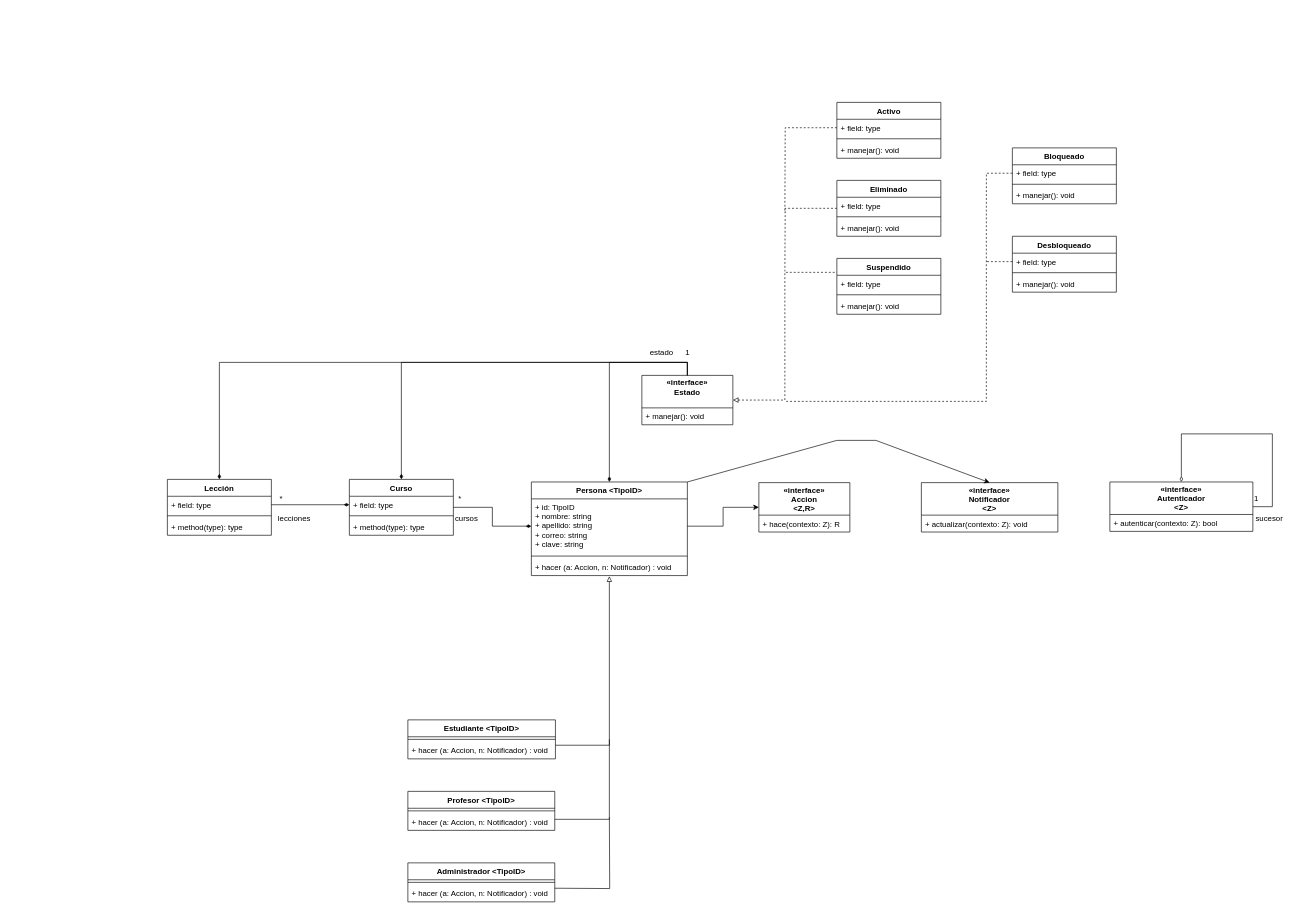
Above: Propuesta1ProyectoDesarrollo.drawio in ernestod10/Diagramas (draw.io), before the change. Source tidied: cells renumbered, new cells numbered last; positions are measured from the earlier drawing's top-left corner, leaving out a move shared by most shapes. Both pictures are drawn from the tidied source at 65%, with x=0, y=0 at pixel (167, 102).
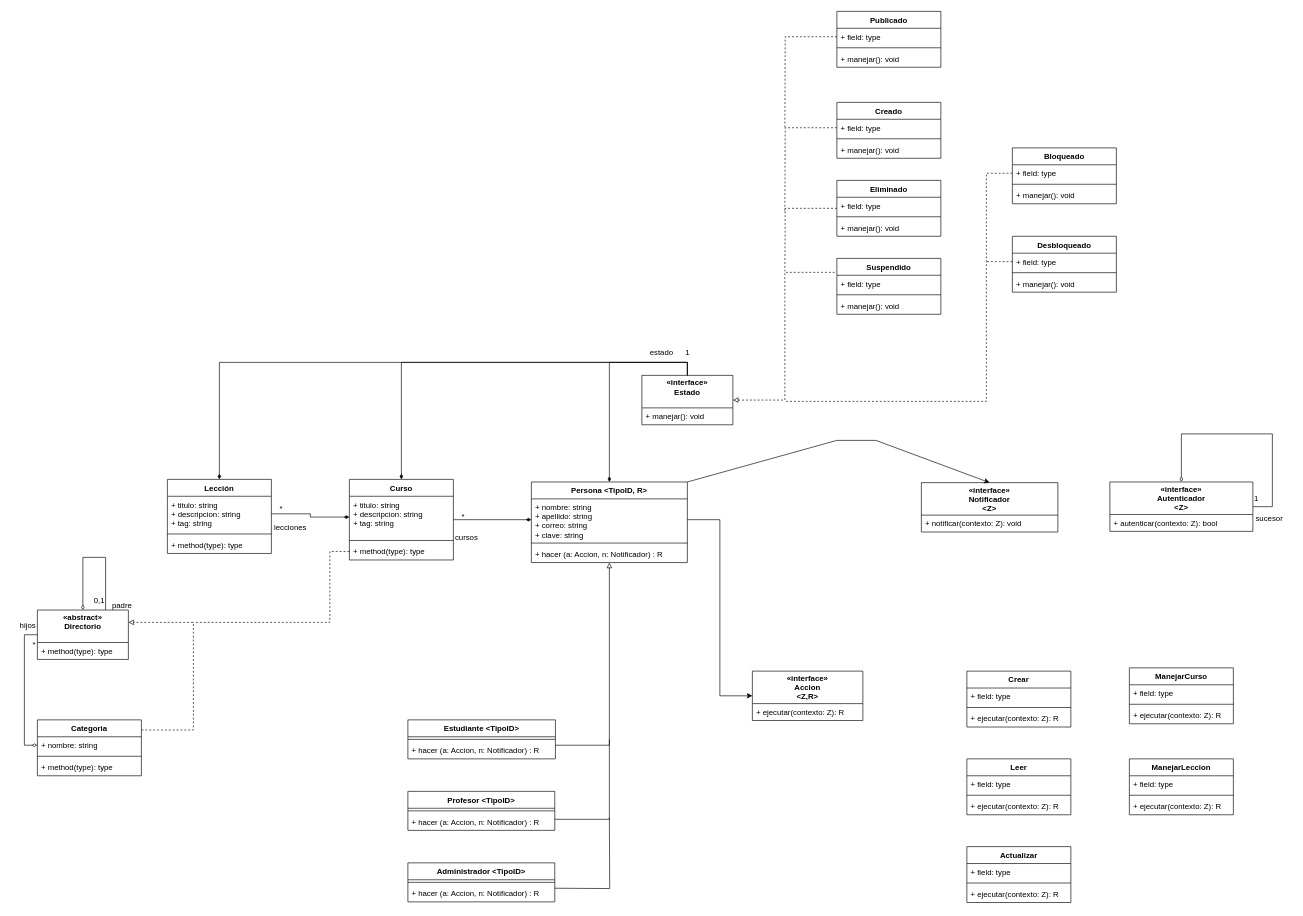
After the change.

Unchanged cells that the change refers to:
```xml
<mxCell id="7" value="Estudiante &lt;TipoID&gt;" style="swimlane;fontStyle=1;align=center;verticalAlign=top;horizontal=1;startSize=26;" parent="1" vertex="1">
  <mxGeometry x="370" y="950" width="227" height="60" as="geometry" />
</mxCell>
<mxCell id="11" value="Profesor &lt;TipoID&gt;" style="swimlane;fontStyle=1;align=center;verticalAlign=top;horizontal=1;startSize=26;" parent="1" vertex="1">
  <mxGeometry x="370" y="1060" width="226" height="60" as="geometry" />
</mxCell>
<mxCell id="14" value="Administrador &lt;TipoID&gt;" style="swimlane;fontStyle=1;align=center;verticalAlign=top;horizontal=1;startSize=26;" parent="1" vertex="1">
  <mxGeometry x="370" y="1170" width="226" height="60" as="geometry" />
</mxCell>
<mxCell id="42" value="«interface»&#10;Notificador&#10;&lt;Z&gt;" style="swimlane;fontStyle=1;horizontal=1;startSize=50;fillColor=none;" parent="1" vertex="1">
  <mxGeometry x="1160" y="585" width="210" height="76" as="geometry" />
</mxCell>
```

Change to the diagram source:
```diff
@@
-    <mxCell id="3" value="Persona &lt;TipoID&gt;" style="swimlane;fontStyle=1;align=center;verticalAlign=top;horizontal=1;startSize=26;" parent="1" vertex="1">
-      <mxGeometry x="560" y="584" width="240" height="144" as="geometry" />
+    <mxCell id="3" value="Persona &lt;TipoID, R&gt;" style="swimlane;fontStyle=1;align=center;verticalAlign=top;horizontal=1;startSize=26;" parent="1" vertex="1">
+      <mxGeometry x="560" y="584" width="240" height="124" as="geometry" />
     </mxCell>
-    <mxCell id="4" value="+ id: TipoID&#10;+ nombre: string&#10;+ apellido: string&#10;+ correo: string&#10;+ clave: string&#10;" style="text;strokeColor=none;fillColor=none;align=left;verticalAlign=top;spacingLeft=4;spacingRight=4;overflow=hidden;points=[[0,0.5],[1,0.5]];portConstraint=eastwest;" parent="3" vertex="1">
-      <mxGeometry y="26" width="240" height="84" as="geometry" />
+    <mxCell id="4" value="+ nombre: string&#10;+ apellido: string&#10;+ correo: string&#10;+ clave: string&#10;" style="text;strokeColor=none;fillColor=none;align=left;verticalAlign=top;spacingLeft=4;spacingRight=4;overflow=hidden;points=[[0,0.5],[1,0.5]];portConstraint=eastwest;" parent="3" vertex="1">
+      <mxGeometry y="26" width="240" height="64" as="geometry" />
     </mxCell>
     <mxCell id="5" style="line;strokeWidth=1;fillColor=none;align=left;verticalAlign=middle;spacingTop=-1;spacingLeft=3;spacingRight=3;labelPosition=right;strokeColor=inherit;" parent="3" vertex="1">
-      <mxGeometry y="110" width="240" height="8" as="geometry" />
+      <mxGeometry y="90" width="240" height="8" as="geometry" />
     </mxCell>
-    <mxCell id="6" value="+ hacer (a: Accion, n: Notificador) : void" style="text;strokeColor=none;fillColor=none;align=left;verticalAlign=top;spacingLeft=4;spacingRight=4;overflow=hidden;" parent="3" vertex="1">
-      <mxGeometry y="118" width="240" height="26" as="geometry" />
+    <mxCell id="6" value="+ hacer (a: Accion, n: Notificador) : R" style="text;strokeColor=none;fillColor=none;align=left;verticalAlign=top;spacingLeft=4;spacingRight=4;overflow=hidden;" parent="3" vertex="1">
+      <mxGeometry y="98" width="240" height="26" as="geometry" />
     </mxCell>
@@
-    <mxCell id="9" value="+ hacer (a: Accion, n: Notificador) : void" style="text;strokeColor=none;fillColor=none;align=left;verticalAlign=top;spacingLeft=4;spacingRight=4;overflow=hidden;" parent="7" vertex="1">
+    <mxCell id="9" value="+ hacer (a: Accion, n: Notificador) : R" style="text;strokeColor=none;fillColor=none;align=left;verticalAlign=top;spacingLeft=4;spacingRight=4;overflow=hidden;" parent="7" vertex="1">
       <mxGeometry y="34" width="227" height="26" as="geometry" />
     </mxCell>
@@
-    <mxCell id="13" value="+ hacer (a: Accion, n: Notificador) : void" style="text;strokeColor=none;fillColor=none;align=left;verticalAlign=top;spacingLeft=4;spacingRight=4;overflow=hidden;" parent="11" vertex="1">
+    <mxCell id="13" value="+ hacer (a: Accion, n: Notificador) : R" style="text;strokeColor=none;fillColor=none;align=left;verticalAlign=top;spacingLeft=4;spacingRight=4;overflow=hidden;" parent="11" vertex="1">
       <mxGeometry y="34" width="226" height="26" as="geometry" />
     </mxCell>
@@
-    <mxCell id="16" value="+ hacer (a: Accion, n: Notificador) : void" style="text;strokeColor=none;fillColor=none;align=left;verticalAlign=top;spacingLeft=4;spacingRight=4;overflow=hidden;" parent="14" vertex="1">
+    <mxCell id="16" value="+ hacer (a: Accion, n: Notificador) : R" style="text;strokeColor=none;fillColor=none;align=left;verticalAlign=top;spacingLeft=4;spacingRight=4;overflow=hidden;" parent="14" vertex="1">
       <mxGeometry y="34" width="226" height="26" as="geometry" />
     </mxCell>
@@
+    <mxCell id="75" style="edgeStyle=orthogonalEdgeStyle;rounded=0;orthogonalLoop=1;jettySize=auto;html=1;entryX=0.75;entryY=0;entryDx=0;entryDy=0;strokeColor=default;startArrow=diamondThin;startFill=0;endArrow=none;endFill=0;exitX=0.5;exitY=0;exitDx=0;exitDy=0;" parent="1" edge="1" source="93" target="93">
+      <mxGeometry relative="1" as="geometry">
+        <Array as="points">
+          <mxPoint x="-130" y="700" />
+          <mxPoint x="-95" y="700" />
+        </Array>
+      </mxGeometry>
+    </mxCell>
     <mxCell id="26" value="Curso" style="swimlane;fontStyle=1;align=center;verticalAlign=top;horizontal=1;startSize=26;" parent="1" vertex="1">
-      <mxGeometry x="280" y="580" width="160" height="86" as="geometry" />
+      <mxGeometry x="280" y="580" width="160" height="124" as="geometry" />
     </mxCell>
-    <mxCell id="27" value="+ field: type" style="text;strokeColor=none;fillColor=none;align=left;verticalAlign=top;spacingLeft=4;spacingRight=4;overflow=hidden;points=[[0,0.5],[1,0.5]];portConstraint=eastwest;" parent="26" vertex="1">
-      <mxGeometry y="26" width="160" height="26" as="geometry" />
+    <mxCell id="27" value="+ titulo: string&#10;+ descripcion: string&#10;+ tag: string&#10;" style="text;strokeColor=none;fillColor=none;align=left;verticalAlign=top;spacingLeft=4;spacingRight=4;overflow=hidden;points=[[0,0.5],[1,0.5]];portConstraint=eastwest;" parent="26" vertex="1">
+      <mxGeometry y="26" width="160" height="64" as="geometry" />
     </mxCell>
     <mxCell id="28" style="line;strokeWidth=1;fillColor=none;align=left;verticalAlign=middle;spacingTop=-1;spacingLeft=3;spacingRight=3;labelPosition=right;strokeColor=inherit;" parent="26" vertex="1">
-      <mxGeometry y="52" width="160" height="8" as="geometry" />
+      <mxGeometry y="90" width="160" height="8" as="geometry" />
     </mxCell>
     <mxCell id="29" value="+ method(type): type" style="text;strokeColor=none;fillColor=none;align=left;verticalAlign=top;spacingLeft=4;spacingRight=4;overflow=hidden;points=[[0,0.5],[1,0.5]];portConstraint=eastwest;" parent="26" vertex="1">
-      <mxGeometry y="60" width="160" height="26" as="geometry" />
+      <mxGeometry y="98" width="160" height="26" as="geometry" />
     </mxCell>
     <mxCell id="30" value="Lección" style="swimlane;fontStyle=1;align=center;verticalAlign=top;horizontal=1;startSize=26;" parent="1" vertex="1">
-      <mxGeometry y="580" width="160" height="86" as="geometry" />
+      <mxGeometry y="580" width="160" height="114" as="geometry" />
     </mxCell>
-    <mxCell id="31" value="+ field: type" style="text;strokeColor=none;fillColor=none;align=left;verticalAlign=top;spacingLeft=4;spacingRight=4;overflow=hidden;points=[[0,0.5],[1,0.5]];portConstraint=eastwest;" parent="30" vertex="1">
-      <mxGeometry y="26" width="160" height="26" as="geometry" />
+    <mxCell id="31" value="+ titulo: string&#10;+ descripcion: string&#10;+ tag: string&#10;&#10;&#10;" style="text;strokeColor=none;fillColor=none;align=left;verticalAlign=top;spacingLeft=4;spacingRight=4;overflow=hidden;points=[[0,0.5],[1,0.5]];portConstraint=eastwest;" parent="30" vertex="1">
+      <mxGeometry y="26" width="160" height="54" as="geometry" />
     </mxCell>
     <mxCell id="32" style="line;strokeWidth=1;fillColor=none;align=left;verticalAlign=middle;spacingTop=-1;spacingLeft=3;spacingRight=3;labelPosition=right;strokeColor=inherit;" parent="30" vertex="1">
-      <mxGeometry y="52" width="160" height="8" as="geometry" />
+      <mxGeometry y="80" width="160" height="8" as="geometry" />
     </mxCell>
     <mxCell id="33" value="+ method(type): type" style="text;strokeColor=none;fillColor=none;align=left;verticalAlign=top;spacingLeft=4;spacingRight=4;overflow=hidden;" parent="30" vertex="1">
-      <mxGeometry y="60" width="160" height="26" as="geometry" />
+      <mxGeometry y="88" width="160" height="26" as="geometry" />
     </mxCell>
@@
     <mxCell id="35" value="*" style="text;html=1;align=center;verticalAlign=middle;strokeColor=none;fillColor=none;" parent="1" vertex="1">
-      <mxGeometry x="160" y="595" width="30" height="30" as="geometry" />
+      <mxGeometry x="160" y="610" width="30" height="30" as="geometry" />
     </mxCell>
     <mxCell id="36" value="lecciones" style="text;html=1;align=center;verticalAlign=middle;strokeColor=none;fillColor=none;" parent="1" vertex="1">
-      <mxGeometry x="160" y="625" width="70" height="30" as="geometry" />
+      <mxGeometry x="154" y="640" width="70" height="30" as="geometry" />
     </mxCell>
     <mxCell id="37" value="*" style="text;html=1;align=center;verticalAlign=middle;strokeColor=none;fillColor=none;" parent="1" vertex="1">
-      <mxGeometry x="435" y="595" width="30" height="30" as="geometry" />
+      <mxGeometry x="440" y="622" width="30" height="30" as="geometry" />
     </mxCell>
     <mxCell id="38" value="cursos" style="text;html=1;align=center;verticalAlign=middle;strokeColor=none;fillColor=none;" parent="1" vertex="1">
-      <mxGeometry x="430" y="625" width="60" height="30" as="geometry" />
+      <mxGeometry x="430" y="655" width="60" height="30" as="geometry" />
     </mxCell>
     <mxCell id="39" value="«interface»&#10;Accion&#10;&lt;Z,R&gt;" style="swimlane;fontStyle=1;horizontal=1;startSize=50;fillColor=none;" parent="1" vertex="1">
-      <mxGeometry x="910" y="585" width="140" height="76" as="geometry" />
+      <mxGeometry x="900" y="875" width="170" height="76" as="geometry" />
     </mxCell>
-    <mxCell id="40" value="+ hace(contexto: Z): R" style="text;strokeColor=none;fillColor=none;align=left;verticalAlign=top;spacingLeft=4;spacingRight=4;overflow=hidden;" parent="39" vertex="1">
-      <mxGeometry y="50" width="140" height="26" as="geometry" />
+    <mxCell id="40" value="+ ejecutar(contexto: Z): R" style="text;strokeColor=none;fillColor=none;align=left;verticalAlign=top;spacingLeft=4;spacingRight=4;overflow=hidden;" parent="39" vertex="1">
+      <mxGeometry y="50" width="170" height="26" as="geometry" />
     </mxCell>
@@
-    <mxCell id="43" value="+ actualizar(contexto: Z): void" style="text;strokeColor=none;fillColor=none;align=left;verticalAlign=top;spacingLeft=4;spacingRight=4;overflow=hidden;" parent="42" vertex="1">
+    <mxCell id="43" value="+ notificar(contexto: Z): void" style="text;strokeColor=none;fillColor=none;align=left;verticalAlign=top;spacingLeft=4;spacingRight=4;overflow=hidden;" parent="42" vertex="1">
       <mxGeometry y="50" width="210" height="26" as="geometry" />
     </mxCell>
@@
-    <mxCell id="49" style="edgeStyle=orthogonalEdgeStyle;rounded=0;orthogonalLoop=1;jettySize=auto;html=1;strokeColor=default;endArrow=block;endFill=0;" parent="1" edge="1">
+    <mxCell id="49" style="edgeStyle=orthogonalEdgeStyle;rounded=0;jettySize=auto;html=1;strokeColor=default;endArrow=block;endFill=0;entryX=0.5;entryY=1;entryDx=0;entryDy=0;" parent="1" edge="1" target="3">
       <mxGeometry relative="1" as="geometry">
         <mxPoint x="597" y="989" as="sourcePoint" />
-        <mxPoint x="680" y="729" as="targetPoint" />
         <Array as="points">
           <mxPoint x="680" y="989" />
-          <mxPoint x="680" y="729" />
         </Array>
       </mxGeometry>
     </mxCell>
@@
-    <mxCell id="60" value="Activo" style="swimlane;fontStyle=1;align=center;verticalAlign=top;horizontal=1;startSize=26;" parent="1" vertex="1">
+    <mxCell id="60" value="Creado" style="swimlane;fontStyle=1;align=center;verticalAlign=top;horizontal=1;startSize=26;" parent="1" vertex="1">
       <mxGeometry x="1030" width="160" height="86" as="geometry" />
     </mxCell>
@@
+    <mxCell id="76" value="Crear" style="swimlane;fontStyle=1;align=center;verticalAlign=top;horizontal=1;startSize=26;" parent="1" vertex="1">
+      <mxGeometry x="1230" y="875" width="160" height="86" as="geometry" />
+    </mxCell>
+    <mxCell id="77" value="+ field: type" style="text;strokeColor=none;fillColor=none;align=left;verticalAlign=top;spacingLeft=4;spacingRight=4;overflow=hidden;" parent="76" vertex="1">
+      <mxGeometry y="26" width="160" height="26" as="geometry" />
+    </mxCell>
+    <mxCell id="78" style="line;strokeWidth=1;fillColor=none;align=left;verticalAlign=middle;spacingTop=-1;spacingLeft=3;spacingRight=3;labelPosition=right;strokeColor=inherit;" parent="76" vertex="1">
+      <mxGeometry y="52" width="160" height="8" as="geometry" />
+    </mxCell>
+    <mxCell id="79" value="+ ejecutar(contexto: Z): R" style="text;strokeColor=none;fillColor=none;align=left;verticalAlign=top;spacingLeft=4;spacingRight=4;overflow=hidden;" parent="76" vertex="1">
+      <mxGeometry y="60" width="160" height="26" as="geometry" />
+    </mxCell>
+    <mxCell id="80" value="Publicado" style="swimlane;fontStyle=1;align=center;verticalAlign=top;horizontal=1;startSize=26;" parent="1" vertex="1">
+      <mxGeometry x="1030" y="-140" width="160" height="86" as="geometry" />
+    </mxCell>
+    <mxCell id="81" value="+ field: type" style="text;strokeColor=none;fillColor=none;align=left;verticalAlign=top;spacingLeft=4;spacingRight=4;overflow=hidden;points=[[0,0.5],[1,0.5]];portConstraint=eastwest;" parent="80" vertex="1">
+      <mxGeometry y="26" width="160" height="26" as="geometry" />
+    </mxCell>
+    <mxCell id="82" style="line;strokeWidth=1;fillColor=none;align=left;verticalAlign=middle;spacingTop=-1;spacingLeft=3;spacingRight=3;labelPosition=right;strokeColor=inherit;" parent="80" vertex="1">
+      <mxGeometry y="52" width="160" height="8" as="geometry" />
+    </mxCell>
+    <mxCell id="83" value="+ manejar(): void" style="text;strokeColor=none;fillColor=none;align=left;verticalAlign=top;spacingLeft=4;spacingRight=4;overflow=hidden;" parent="80" vertex="1">
+      <mxGeometry y="60" width="160" height="26" as="geometry" />
+    </mxCell>
+    <mxCell id="84" style="edgeStyle=orthogonalEdgeStyle;rounded=0;jettySize=auto;html=1;dashed=1;strokeColor=default;startArrow=none;startFill=0;endArrow=none;endFill=0;" parent="1" edge="1" source="81">
+      <mxGeometry relative="1" as="geometry">
+        <mxPoint x="950" y="40" as="targetPoint" />
+      </mxGeometry>
+    </mxCell>
+    <mxCell id="85" value="Leer" style="swimlane;fontStyle=1;align=center;verticalAlign=top;horizontal=1;startSize=26;" parent="1" vertex="1">
+      <mxGeometry x="1230" y="1010" width="160" height="86" as="geometry" />
+    </mxCell>
+    <mxCell id="86" value="+ field: type" style="text;strokeColor=none;fillColor=none;align=left;verticalAlign=top;spacingLeft=4;spacingRight=4;overflow=hidden;" parent="85" vertex="1">
+      <mxGeometry y="26" width="160" height="26" as="geometry" />
+    </mxCell>
+    <mxCell id="87" style="line;strokeWidth=1;fillColor=none;align=left;verticalAlign=middle;spacingTop=-1;spacingLeft=3;spacingRight=3;labelPosition=right;strokeColor=inherit;" parent="85" vertex="1">
+      <mxGeometry y="52" width="160" height="8" as="geometry" />
+    </mxCell>
+    <mxCell id="88" value="+ ejecutar(contexto: Z): R" style="text;strokeColor=none;fillColor=none;align=left;verticalAlign=top;spacingLeft=4;spacingRight=4;overflow=hidden;" parent="85" vertex="1">
+      <mxGeometry y="60" width="160" height="26" as="geometry" />
+    </mxCell>
+    <mxCell id="89" value="Actualizar" style="swimlane;fontStyle=1;align=center;verticalAlign=top;horizontal=1;startSize=26;" parent="1" vertex="1">
+      <mxGeometry x="1230" y="1145" width="160" height="86" as="geometry" />
+    </mxCell>
+    <mxCell id="90" value="+ field: type" style="text;strokeColor=none;fillColor=none;align=left;verticalAlign=top;spacingLeft=4;spacingRight=4;overflow=hidden;" parent="89" vertex="1">
+      <mxGeometry y="26" width="160" height="26" as="geometry" />
+    </mxCell>
+    <mxCell id="91" style="line;strokeWidth=1;fillColor=none;align=left;verticalAlign=middle;spacingTop=-1;spacingLeft=3;spacingRight=3;labelPosition=right;strokeColor=inherit;" parent="89" vertex="1">
+      <mxGeometry y="52" width="160" height="8" as="geometry" />
+    </mxCell>
+    <mxCell id="92" value="+ ejecutar(contexto: Z): R" style="text;strokeColor=none;fillColor=none;align=left;verticalAlign=top;spacingLeft=4;spacingRight=4;overflow=hidden;" parent="89" vertex="1">
+      <mxGeometry y="60" width="160" height="26" as="geometry" />
+    </mxCell>
+    <mxCell id="93" value="«abstract»&#10;Directorio&#10;" style="swimlane;fontStyle=1;horizontal=1;startSize=50;fillColor=none;" parent="1" vertex="1">
+      <mxGeometry x="-200" y="781" width="140" height="76" as="geometry" />
+    </mxCell>
+    <mxCell id="94" value="+ method(type): type" style="text;strokeColor=none;fillColor=none;align=left;verticalAlign=top;spacingLeft=4;spacingRight=4;overflow=hidden;" parent="93" vertex="1">
+      <mxGeometry y="50" width="140" height="26" as="geometry" />
+    </mxCell>
+    <mxCell id="95" style="edgeStyle=orthogonalEdgeStyle;rounded=0;jettySize=auto;html=1;entryX=1;entryY=0.25;entryDx=0;entryDy=0;strokeColor=default;startArrow=none;startFill=0;endArrow=block;endFill=0;dashed=1;exitX=1.001;exitY=0.181;exitDx=0;exitDy=0;exitPerimeter=0;" parent="1" edge="1" source="96" target="93">
+      <mxGeometry relative="1" as="geometry">
+        <Array as="points">
+          <mxPoint x="40" y="966" />
+          <mxPoint x="40" y="800" />
+          <mxPoint x="-50" y="800" />
+        </Array>
+      </mxGeometry>
+    </mxCell>
+    <mxCell id="96" value="Categoria" style="swimlane;fontStyle=1;align=center;verticalAlign=top;horizontal=1;startSize=26;" parent="1" vertex="1">
+      <mxGeometry x="-200" y="950" width="160" height="86" as="geometry" />
+    </mxCell>
+    <mxCell id="97" value="+ nombre: string" style="text;strokeColor=none;fillColor=none;align=left;verticalAlign=top;spacingLeft=4;spacingRight=4;overflow=hidden;points=[[0,0.5],[1,0.5]];portConstraint=eastwest;" parent="96" vertex="1">
+      <mxGeometry y="26" width="160" height="26" as="geometry" />
+    </mxCell>
+    <mxCell id="98" style="line;strokeWidth=1;fillColor=none;align=left;verticalAlign=middle;spacingTop=-1;spacingLeft=3;spacingRight=3;labelPosition=right;strokeColor=inherit;" parent="96" vertex="1">
+      <mxGeometry y="52" width="160" height="8" as="geometry" />
+    </mxCell>
+    <mxCell id="99" value="+ method(type): type" style="text;strokeColor=none;fillColor=none;align=left;verticalAlign=top;spacingLeft=4;spacingRight=4;overflow=hidden;" parent="96" vertex="1">
+      <mxGeometry y="60" width="160" height="26" as="geometry" />
+    </mxCell>
+    <mxCell id="100" style="edgeStyle=orthogonalEdgeStyle;rounded=0;jettySize=auto;html=1;entryX=0;entryY=0.5;entryDx=0;entryDy=0;strokeColor=default;startArrow=diamondThin;startFill=0;endArrow=none;endFill=0;" parent="1" edge="1" source="97" target="93">
+      <mxGeometry relative="1" as="geometry" />
+    </mxCell>
+    <mxCell id="101" value="*" style="text;html=1;align=center;verticalAlign=middle;strokeColor=none;fillColor=none;" parent="1" vertex="1">
+      <mxGeometry x="-220" y="820" width="30" height="30" as="geometry" />
+    </mxCell>
+    <mxCell id="102" value="hijos" style="text;html=1;align=center;verticalAlign=middle;strokeColor=none;fillColor=none;" parent="1" vertex="1">
+      <mxGeometry x="-240" y="790" width="50" height="30" as="geometry" />
+    </mxCell>
+    <mxCell id="103" style="edgeStyle=orthogonalEdgeStyle;rounded=0;jettySize=auto;html=1;dashed=1;strokeColor=default;startArrow=none;startFill=0;endArrow=none;endFill=0;exitX=0;exitY=0.5;exitDx=0;exitDy=0;" parent="1" edge="1" source="29">
+      <mxGeometry relative="1" as="geometry">
+        <mxPoint x="40" y="800" as="targetPoint" />
+        <Array as="points">
+          <mxPoint x="250" y="691" />
+          <mxPoint x="250" y="800" />
+        </Array>
+      </mxGeometry>
+    </mxCell>
+    <mxCell id="104" value="0,1" style="text;html=1;align=center;verticalAlign=middle;strokeColor=none;fillColor=none;" parent="1" vertex="1">
+      <mxGeometry x="-125" y="751" width="40" height="30" as="geometry" />
+    </mxCell>
+    <mxCell id="105" value="padre" style="text;html=1;align=center;verticalAlign=middle;strokeColor=none;fillColor=none;" parent="1" vertex="1">
+      <mxGeometry x="-95" y="760" width="50" height="30" as="geometry" />
+    </mxCell>
+    <mxCell id="106" value="ManejarCurso" style="swimlane;fontStyle=1;align=center;verticalAlign=top;horizontal=1;startSize=26;" parent="1" vertex="1">
+      <mxGeometry x="1480" y="870" width="160" height="86" as="geometry" />
+    </mxCell>
+    <mxCell id="107" value="+ field: type" style="text;strokeColor=none;fillColor=none;align=left;verticalAlign=top;spacingLeft=4;spacingRight=4;overflow=hidden;" parent="106" vertex="1">
+      <mxGeometry y="26" width="160" height="26" as="geometry" />
+    </mxCell>
+    <mxCell id="108" style="line;strokeWidth=1;fillColor=none;align=left;verticalAlign=middle;spacingTop=-1;spacingLeft=3;spacingRight=3;labelPosition=right;strokeColor=inherit;" parent="106" vertex="1">
+      <mxGeometry y="52" width="160" height="8" as="geometry" />
+    </mxCell>
+    <mxCell id="109" value="+ ejecutar(contexto: Z): R" style="text;strokeColor=none;fillColor=none;align=left;verticalAlign=top;spacingLeft=4;spacingRight=4;overflow=hidden;" parent="106" vertex="1">
+      <mxGeometry y="60" width="160" height="26" as="geometry" />
+    </mxCell>
+    <mxCell id="110" value="ManejarLeccion" style="swimlane;fontStyle=1;align=center;verticalAlign=top;horizontal=1;startSize=26;" parent="1" vertex="1">
+      <mxGeometry x="1480" y="1010" width="160" height="86" as="geometry" />
+    </mxCell>
+    <mxCell id="111" value="+ field: type" style="text;strokeColor=none;fillColor=none;align=left;verticalAlign=top;spacingLeft=4;spacingRight=4;overflow=hidden;" parent="110" vertex="1">
+      <mxGeometry y="26" width="160" height="26" as="geometry" />
+    </mxCell>
+    <mxCell id="112" style="line;strokeWidth=1;fillColor=none;align=left;verticalAlign=middle;spacingTop=-1;spacingLeft=3;spacingRight=3;labelPosition=right;strokeColor=inherit;" parent="110" vertex="1">
+      <mxGeometry y="52" width="160" height="8" as="geometry" />
+    </mxCell>
+    <mxCell id="113" value="+ ejecutar(contexto: Z): R" style="text;strokeColor=none;fillColor=none;align=left;verticalAlign=top;spacingLeft=4;spacingRight=4;overflow=hidden;" parent="110" vertex="1">
+      <mxGeometry y="60" width="160" height="26" as="geometry" />
+    </mxCell>
```
